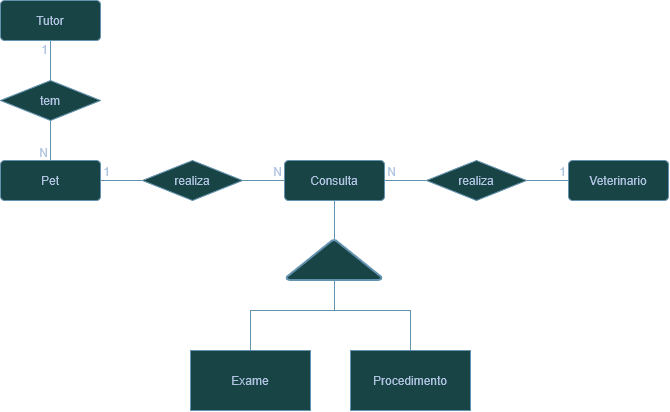
This is diagrama/conceitual.png from tharsosvert/veterinaria-senai, a draw.io export, as it was before one commit. Source tidied: cells renumbered, new cells last; positions are measured from the earlier drawing's top-left corner, leaving out a move shared by most shapes.
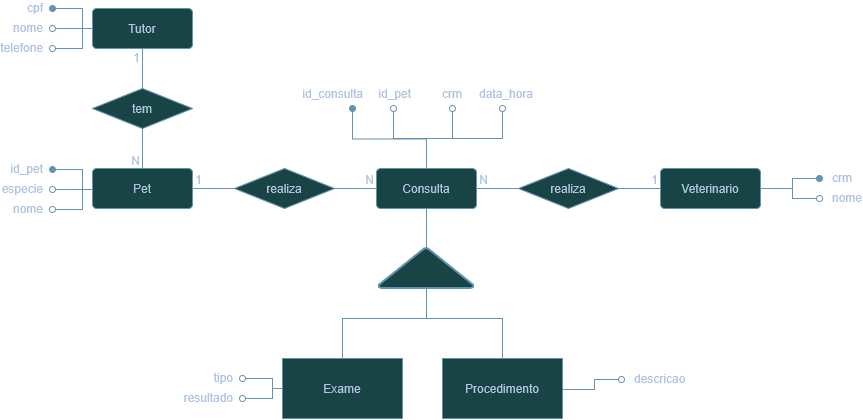
Later version of the same file.

What changed in the source:
```diff
@@ -20,6 +20,29 @@
     <mxCell id="7" value="Veterinario" style="rounded=1;arcSize=10;whiteSpace=wrap;html=1;align=center;labelBackgroundColor=none;fillColor=#A8DADC;strokeColor=#457B9D;fontColor=#1D3557;" parent="1" vertex="1">
       <mxGeometry x="568" y="160" width="100" height="40" as="geometry" />
     </mxCell>
+    <mxCell id="27" style="edgeStyle=orthogonalEdgeStyle;rounded=0;jettySize=auto;html=1;exitX=0;exitY=0.5;exitDx=0;exitDy=0;strokeColor=#457B9D;fontColor=#1D3557;defaultLabelBackgroundColor=page;fillColor=#A8DADC;entryX=1;entryY=1;entryDx=0;entryDy=0;endArrow=oval;endFill=1;" parent="1" edge="1" source="8">
+      <mxGeometry x="-0.67" relative="1" as="geometry">
+        <mxPoint x="-40" as="targetPoint" />
+        <Array as="points">
+          <mxPoint x="-10" y="20" />
+          <mxPoint x="-10" />
+        </Array>
+      </mxGeometry>
+    </mxCell>
+    <mxCell id="28" style="edgeStyle=orthogonalEdgeStyle;rounded=0;jettySize=auto;html=1;exitX=0;exitY=0.5;exitDx=0;exitDy=0;strokeColor=#457B9D;fontColor=#1D3557;defaultLabelBackgroundColor=page;fillColor=#A8DADC;endArrow=oval;endFill=0;" parent="1" edge="1" source="8">
+      <mxGeometry relative="1" as="geometry">
+        <mxPoint x="-40" y="40" as="targetPoint" />
+        <Array as="points">
+          <mxPoint x="-10" y="20" />
+          <mxPoint x="-10" y="40" />
+        </Array>
+      </mxGeometry>
+    </mxCell>
+    <mxCell id="29" style="edgeStyle=orthogonalEdgeStyle;rounded=0;jettySize=auto;html=1;exitX=0;exitY=0.5;exitDx=0;exitDy=0;strokeColor=#457B9D;fontColor=#1D3557;defaultLabelBackgroundColor=page;fillColor=#A8DADC;endArrow=oval;endFill=0;" parent="1" edge="1" source="8">
+      <mxGeometry relative="1" as="geometry">
+        <mxPoint x="-40" y="20" as="targetPoint" />
+      </mxGeometry>
+    </mxCell>
     <mxCell id="8" value="Tutor" style="rounded=1;arcSize=10;whiteSpace=wrap;html=1;align=center;labelBackgroundColor=none;fillColor=#A8DADC;strokeColor=#457B9D;fontColor=#1D3557;" parent="1" vertex="1">
       <mxGeometry width="100" height="40" as="geometry" />
     </mxCell>
@@ -100,5 +123,174 @@
         </Array>
       </mxGeometry>
     </mxCell>
+    <mxCell id="30" value="cpf" style="text;html=1;whiteSpace=wrap;strokeColor=none;fillColor=none;align=right;verticalAlign=middle;rounded=0;fontColor=#1D3557;" parent="1" vertex="1">
+      <mxGeometry x="-77" y="-6" width="30" height="10" as="geometry" />
+    </mxCell>
+    <mxCell id="31" value="nome" style="text;html=1;whiteSpace=wrap;strokeColor=none;fillColor=none;align=right;verticalAlign=middle;rounded=0;fontColor=#1D3557;" parent="1" vertex="1">
+      <mxGeometry x="-77" y="14" width="30" height="10" as="geometry" />
+    </mxCell>
+    <mxCell id="32" value="telefone" style="text;html=1;whiteSpace=wrap;strokeColor=none;fillColor=none;align=right;verticalAlign=middle;rounded=0;fontColor=#1D3557;" parent="1" vertex="1">
+      <mxGeometry x="-77" y="34" width="30" height="10" as="geometry" />
+    </mxCell>
+    <mxCell id="33" style="edgeStyle=orthogonalEdgeStyle;rounded=0;orthogonalLoop=1;jettySize=auto;html=1;exitX=0;exitY=0.5;exitDx=0;exitDy=0;strokeColor=#457B9D;fontColor=#1D3557;defaultLabelBackgroundColor=page;fillColor=#A8DADC;entryX=1;entryY=1;entryDx=0;entryDy=0;endArrow=oval;endFill=1;" parent="1" edge="1">
+      <mxGeometry x="-0.67" relative="1" as="geometry">
+        <mxPoint y="181" as="sourcePoint" />
+        <mxPoint x="-40" y="161" as="targetPoint" />
+        <Array as="points">
+          <mxPoint x="-10" y="181" />
+          <mxPoint x="-10" y="161" />
+        </Array>
+      </mxGeometry>
+    </mxCell>
+    <mxCell id="34" style="edgeStyle=orthogonalEdgeStyle;rounded=0;orthogonalLoop=1;jettySize=auto;html=1;exitX=0;exitY=0.5;exitDx=0;exitDy=0;strokeColor=#457B9D;fontColor=#1D3557;defaultLabelBackgroundColor=page;fillColor=#A8DADC;endArrow=oval;endFill=0;" parent="1" edge="1">
+      <mxGeometry relative="1" as="geometry">
+        <mxPoint y="181" as="sourcePoint" />
+        <mxPoint x="-40" y="201" as="targetPoint" />
+        <Array as="points">
+          <mxPoint x="-10" y="181" />
+          <mxPoint x="-10" y="201" />
+        </Array>
+      </mxGeometry>
+    </mxCell>
+    <mxCell id="35" style="edgeStyle=orthogonalEdgeStyle;rounded=0;orthogonalLoop=1;jettySize=auto;html=1;exitX=0;exitY=0.5;exitDx=0;exitDy=0;strokeColor=#457B9D;fontColor=#1D3557;defaultLabelBackgroundColor=page;fillColor=#A8DADC;endArrow=oval;endFill=0;" parent="1" edge="1">
+      <mxGeometry relative="1" as="geometry">
+        <mxPoint y="181" as="sourcePoint" />
+        <mxPoint x="-40" y="181" as="targetPoint" />
+      </mxGeometry>
+    </mxCell>
+    <mxCell id="36" value="id_pet" style="text;html=1;whiteSpace=wrap;strokeColor=none;fillColor=none;align=right;verticalAlign=middle;rounded=0;fontColor=#1D3557;" parent="1" vertex="1">
+      <mxGeometry x="-77" y="155" width="30" height="10" as="geometry" />
+    </mxCell>
+    <mxCell id="37" value="especie" style="text;html=1;whiteSpace=wrap;strokeColor=none;fillColor=none;align=right;verticalAlign=middle;rounded=0;fontColor=#1D3557;" parent="1" vertex="1">
+      <mxGeometry x="-77" y="175" width="30" height="10" as="geometry" />
+    </mxCell>
+    <mxCell id="38" value="nome" style="text;html=1;whiteSpace=wrap;strokeColor=none;fillColor=none;align=right;verticalAlign=middle;rounded=0;fontColor=#1D3557;" parent="1" vertex="1">
+      <mxGeometry x="-77" y="195" width="30" height="10" as="geometry" />
+    </mxCell>
+    <mxCell id="39" style="edgeStyle=orthogonalEdgeStyle;rounded=0;orthogonalLoop=1;jettySize=auto;html=1;exitX=0.5;exitY=0;exitDx=0;exitDy=0;strokeColor=#457B9D;fontColor=#1D3557;defaultLabelBackgroundColor=page;fillColor=#A8DADC;endArrow=oval;endFill=1;" parent="1" edge="1">
+      <mxGeometry x="-0.63" relative="1" as="geometry">
+        <mxPoint x="334" y="160" as="sourcePoint" />
+        <mxPoint x="260" y="100" as="targetPoint" />
+        <Array as="points">
+          <mxPoint x="334" y="130.5" />
+          <mxPoint x="260" y="130.5" />
+          <mxPoint x="260" y="100" />
+        </Array>
+      </mxGeometry>
+    </mxCell>
+    <mxCell id="40" value="id_consulta" style="text;html=1;whiteSpace=wrap;strokeColor=none;fillColor=none;align=right;verticalAlign=middle;rounded=0;fontColor=#1D3557;" parent="1" vertex="1">
+      <mxGeometry x="243" y="80" width="30" height="10" as="geometry" />
+    </mxCell>
+    <mxCell id="41" style="edgeStyle=orthogonalEdgeStyle;rounded=0;orthogonalLoop=1;jettySize=auto;html=1;exitX=0.5;exitY=0;exitDx=0;exitDy=0;strokeColor=#457B9D;fontColor=#1D3557;defaultLabelBackgroundColor=page;fillColor=#A8DADC;endArrow=oval;endFill=0;" parent="1" edge="1">
+      <mxGeometry x="-0.46" relative="1" as="geometry">
+        <mxPoint x="334" y="160" as="sourcePoint" />
+        <mxPoint x="301" y="100" as="targetPoint" />
+        <Array as="points">
+          <mxPoint x="334" y="130" />
+          <mxPoint x="301" y="130" />
+          <mxPoint x="301" y="100" />
+        </Array>
+      </mxGeometry>
+    </mxCell>
+    <mxCell id="42" value="id_pet" style="text;html=1;whiteSpace=wrap;strokeColor=none;fillColor=none;align=right;verticalAlign=middle;rounded=0;fontColor=#1D3557;" parent="1" vertex="1">
+      <mxGeometry x="291" y="80" width="30" height="10" as="geometry" />
+    </mxCell>
+    <mxCell id="43" style="edgeStyle=orthogonalEdgeStyle;rounded=0;orthogonalLoop=1;jettySize=auto;html=1;exitX=0.5;exitY=0;exitDx=0;exitDy=0;strokeColor=#457B9D;fontColor=#1D3557;defaultLabelBackgroundColor=page;fillColor=#A8DADC;endArrow=oval;endFill=0;" parent="1" edge="1">
+      <mxGeometry x="-0.42" relative="1" as="geometry">
+        <mxPoint x="334" y="160" as="sourcePoint" />
+        <mxPoint x="360" y="100" as="targetPoint" />
+        <Array as="points">
+          <mxPoint x="334" y="130" />
+          <mxPoint x="360" y="130" />
+          <mxPoint x="360" y="100" />
+        </Array>
+      </mxGeometry>
+    </mxCell>
+    <mxCell id="44" value="data_hora" style="text;html=1;whiteSpace=wrap;strokeColor=none;fillColor=none;align=right;verticalAlign=middle;rounded=0;fontColor=#1D3557;" parent="1" vertex="1">
+      <mxGeometry x="413" y="80" width="30" height="10" as="geometry" />
+    </mxCell>
+    <mxCell id="45" style="edgeStyle=orthogonalEdgeStyle;rounded=0;orthogonalLoop=1;jettySize=auto;html=1;exitX=0.5;exitY=0;exitDx=0;exitDy=0;strokeColor=#457B9D;fontColor=#1D3557;defaultLabelBackgroundColor=page;fillColor=#A8DADC;endArrow=oval;endFill=0;" parent="1" edge="1">
+      <mxGeometry x="-0.63" relative="1" as="geometry">
+        <mxPoint x="334" y="160" as="sourcePoint" />
+        <mxPoint x="410" y="100" as="targetPoint" />
+        <Array as="points">
+          <mxPoint x="334" y="130" />
+          <mxPoint x="410" y="130" />
+          <mxPoint x="410" y="100" />
+        </Array>
+      </mxGeometry>
+    </mxCell>
+    <mxCell id="46" value="crm" style="text;html=1;whiteSpace=wrap;strokeColor=none;fillColor=none;align=right;verticalAlign=middle;rounded=0;fontColor=#1D3557;" parent="1" vertex="1">
+      <mxGeometry x="342" y="80" width="30" height="10" as="geometry" />
+    </mxCell>
+    <mxCell id="47" style="edgeStyle=orthogonalEdgeStyle;rounded=0;jettySize=auto;html=1;exitX=1;exitY=0.5;exitDx=0;exitDy=0;strokeColor=#457B9D;fontColor=#1D3557;defaultLabelBackgroundColor=page;fillColor=#A8DADC;endArrow=oval;endFill=1;" parent="1" edge="1" source="7">
+      <mxGeometry x="0.22" relative="1" as="geometry">
+        <mxPoint x="727" y="170" as="targetPoint" />
+        <Array as="points">
+          <mxPoint x="700" y="180" />
+          <mxPoint x="700" y="170" />
+          <mxPoint x="727" y="170" />
+        </Array>
+      </mxGeometry>
+    </mxCell>
+    <mxCell id="48" value="crm" style="text;html=1;whiteSpace=wrap;strokeColor=none;fillColor=none;align=left;verticalAlign=middle;rounded=0;fontColor=#1D3557;" parent="1" vertex="1">
+      <mxGeometry x="738" y="164" width="30" height="10" as="geometry" />
+    </mxCell>
+    <mxCell id="49" style="edgeStyle=orthogonalEdgeStyle;rounded=0;orthogonalLoop=1;jettySize=auto;html=1;exitX=1;exitY=0.5;exitDx=0;exitDy=0;strokeColor=#457B9D;fontColor=#1D3557;defaultLabelBackgroundColor=page;fillColor=#A8DADC;endArrow=oval;endFill=0;" parent="1" edge="1">
+      <mxGeometry x="0.77" relative="1" as="geometry">
+        <mxPoint x="668" y="180" as="sourcePoint" />
+        <mxPoint x="727" y="190" as="targetPoint" />
+        <Array as="points">
+          <mxPoint x="700" y="180" />
+          <mxPoint x="700" y="190" />
+          <mxPoint x="727" y="190" />
+        </Array>
+      </mxGeometry>
+    </mxCell>
+    <mxCell id="50" value="nome" style="text;html=1;whiteSpace=wrap;strokeColor=none;fillColor=none;align=left;verticalAlign=middle;rounded=0;fontColor=#1D3557;" parent="1" vertex="1">
+      <mxGeometry x="738" y="184" width="30" height="10" as="geometry" />
+    </mxCell>
+    <mxCell id="51" style="edgeStyle=orthogonalEdgeStyle;rounded=0;orthogonalLoop=1;jettySize=auto;html=1;exitX=0;exitY=0.5;exitDx=0;exitDy=0;strokeColor=#457B9D;fontColor=#1D3557;defaultLabelBackgroundColor=page;fillColor=#A8DADC;endArrow=oval;endFill=0;" parent="1" edge="1">
+      <mxGeometry x="-0.6" relative="1" as="geometry">
+        <mxPoint x="190" y="380" as="sourcePoint" />
+        <mxPoint x="150" y="370" as="targetPoint" />
+        <Array as="points">
+          <mxPoint x="180" y="380" />
+          <mxPoint x="180" y="370" />
+          <mxPoint x="150" y="370" />
+        </Array>
+      </mxGeometry>
+    </mxCell>
+    <mxCell id="52" style="edgeStyle=orthogonalEdgeStyle;rounded=0;orthogonalLoop=1;jettySize=auto;html=1;exitX=0;exitY=0.5;exitDx=0;exitDy=0;strokeColor=#457B9D;fontColor=#1D3557;defaultLabelBackgroundColor=page;fillColor=#A8DADC;endArrow=oval;endFill=0;" parent="1" edge="1">
+      <mxGeometry x="0.2" relative="1" as="geometry">
+        <mxPoint x="190" y="380" as="sourcePoint" />
+        <mxPoint x="150" y="390" as="targetPoint" />
+        <Array as="points">
+          <mxPoint x="180" y="380" />
+          <mxPoint x="180" y="390" />
+          <mxPoint x="150" y="390" />
+        </Array>
+      </mxGeometry>
+    </mxCell>
+    <mxCell id="53" value="tipo" style="text;html=1;whiteSpace=wrap;strokeColor=none;fillColor=none;align=right;verticalAlign=middle;rounded=0;fontColor=#1D3557;" parent="1" vertex="1">
+      <mxGeometry x="113" y="364" width="30" height="10" as="geometry" />
+    </mxCell>
+    <mxCell id="54" value="resultado" style="text;html=1;whiteSpace=wrap;strokeColor=none;fillColor=none;align=right;verticalAlign=middle;rounded=0;fontColor=#1D3557;" parent="1" vertex="1">
+      <mxGeometry x="113" y="384" width="30" height="10" as="geometry" />
+    </mxCell>
+    <mxCell id="55" style="edgeStyle=orthogonalEdgeStyle;rounded=0;orthogonalLoop=1;jettySize=auto;html=1;exitX=1;exitY=0.5;exitDx=0;exitDy=0;strokeColor=#457B9D;fontColor=#1D3557;defaultLabelBackgroundColor=page;fillColor=#A8DADC;endArrow=oval;endFill=0;" parent="1" edge="1">
+      <mxGeometry x="0.22" relative="1" as="geometry">
+        <mxPoint x="470" y="381" as="sourcePoint" />
+        <mxPoint x="529" y="371" as="targetPoint" />
+        <Array as="points">
+          <mxPoint x="502" y="381" />
+          <mxPoint x="502" y="371" />
+          <mxPoint x="529" y="371" />
+        </Array>
+      </mxGeometry>
+    </mxCell>
+    <mxCell id="56" value="descricao" style="text;html=1;whiteSpace=wrap;strokeColor=none;fillColor=none;align=left;verticalAlign=middle;rounded=0;fontColor=#1D3557;" parent="1" vertex="1">
+      <mxGeometry x="540" y="365" width="30" height="10" as="geometry" />
+    </mxCell>
   </root>
 </mxGraphModel>
```
